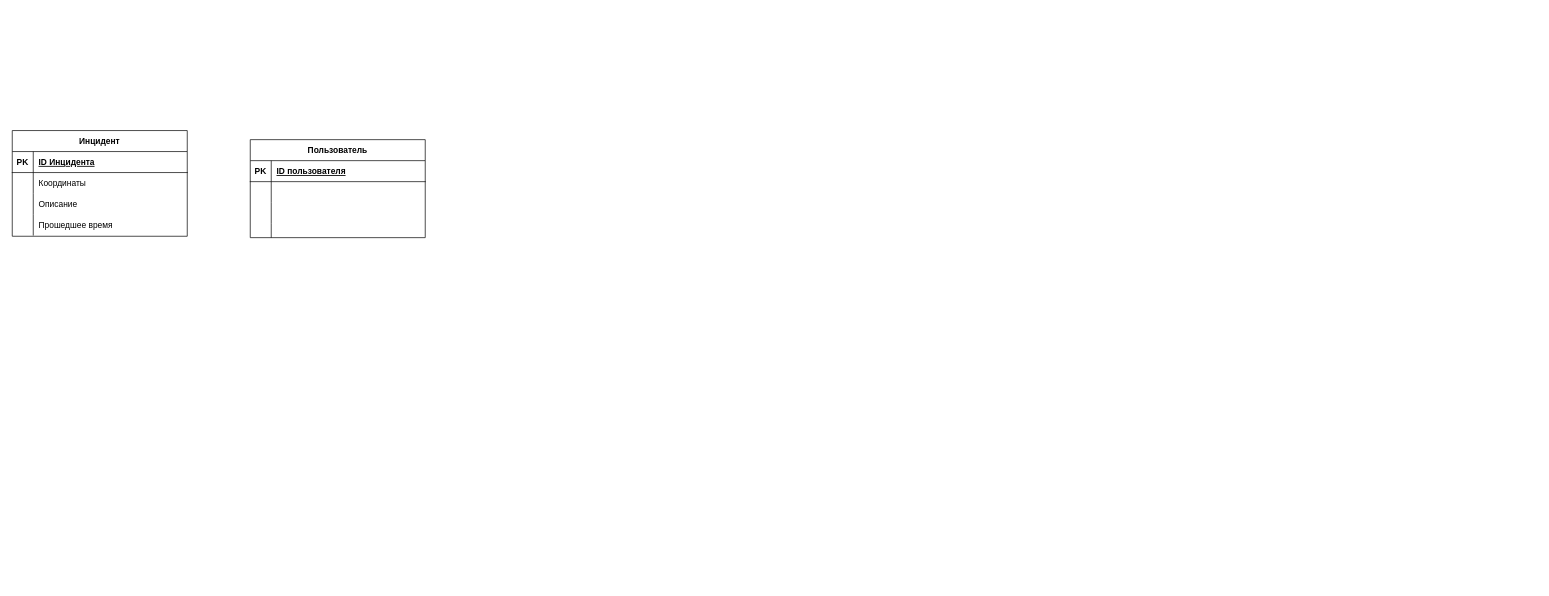
This is Информационная диаграмма Диплом.drawio from yastrov/exemplar1, a draw.io file, before an edit. Source tidied: cells renumbered, new cells numbered last; positions are measured from the earlier drawing's top-left corner, leaving out a move shared by most shapes. Both pictures are drawn from the tidied source at 70%, with x=0, y=0 at pixel (12, 130).
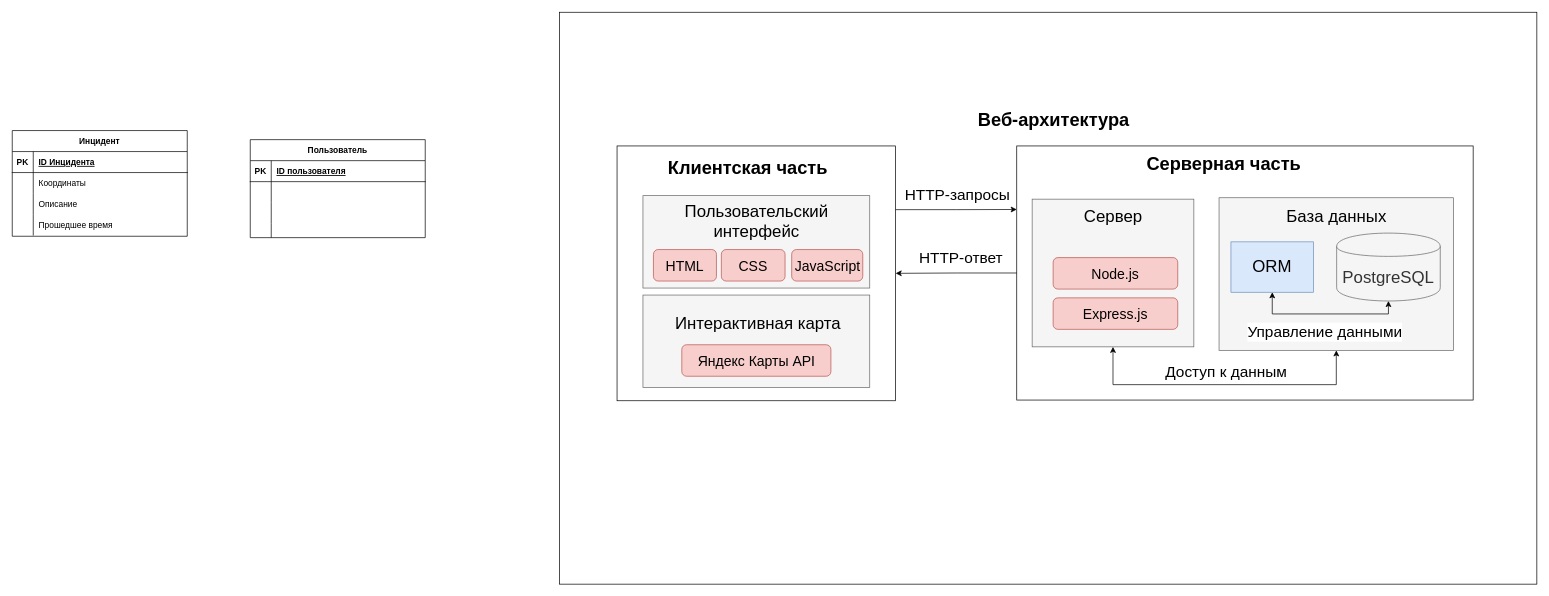
After the change.

Diff of the diagram source:
```diff
@@
+    <mxCell id="28" style="rounded=0;whiteSpace=wrap;html=1;" parent="1" vertex="1">
+      <mxGeometry x="782" y="-169" width="1396" height="817" as="geometry" />
+    </mxCell>
@@
+    <mxCell id="29" style="rounded=0;whiteSpace=wrap;html=1;" parent="1" vertex="1">
+      <mxGeometry x="864" y="22" width="398" height="364" as="geometry" />
+    </mxCell>
+    <mxCell id="30" value="&lt;font style=&quot;font-size: 26px;&quot;&gt;&lt;b&gt;Клиентская часть&lt;/b&gt;&lt;/font&gt;" style="text;strokeColor=none;align=center;fillColor=none;html=1;verticalAlign=middle;whiteSpace=wrap;rounded=0;" parent="1" vertex="1">
+      <mxGeometry x="867" y="33" width="368" height="39" as="geometry" />
+    </mxCell>
+    <mxCell id="31" style="rounded=0;whiteSpace=wrap;html=1;" parent="1" vertex="1">
+      <mxGeometry x="1435" y="22" width="652" height="363" as="geometry" />
+    </mxCell>
+    <mxCell id="32" value="&lt;font style=&quot;font-size: 26px;&quot;&gt;&lt;b&gt;Серверная часть&lt;/b&gt;&lt;/font&gt;" style="text;strokeColor=none;align=center;fillColor=none;html=1;verticalAlign=middle;whiteSpace=wrap;rounded=0;" parent="1" vertex="1">
+      <mxGeometry x="1596.5" y="30" width="268" height="36" as="geometry" />
+    </mxCell>
+    <mxCell id="33" style="edgeStyle=orthogonalEdgeStyle;rounded=0;orthogonalLoop=1;jettySize=auto;html=1;exitX=0.5;exitY=1;exitDx=0;exitDy=0;" parent="1" edge="1" source="32" target="32">
+      <mxGeometry relative="1" as="geometry" />
+    </mxCell>
+    <mxCell id="34" value="&lt;font style=&quot;font-size: 26px;&quot;&gt;&lt;b&gt;Веб-архитектура&lt;/b&gt;&lt;/font&gt;" style="text;strokeColor=none;align=center;fillColor=none;html=1;verticalAlign=middle;whiteSpace=wrap;rounded=0;" parent="1" vertex="1">
+      <mxGeometry x="1346" y="-30" width="284" height="30" as="geometry" />
+    </mxCell>
+    <mxCell id="35" style="rounded=0;whiteSpace=wrap;html=1;fillColor=#f5f5f5;fontColor=#333333;strokeColor=#666666;" parent="1" vertex="1">
+      <mxGeometry x="1457" y="98" width="231" height="211" as="geometry" />
+    </mxCell>
+    <mxCell id="36" style="rounded=0;whiteSpace=wrap;html=1;fillColor=#f5f5f5;fontColor=#333333;strokeColor=#666666;" parent="1" vertex="1">
+      <mxGeometry x="901" y="93" width="324" height="132" as="geometry" />
+    </mxCell>
+    <mxCell id="37" value="&lt;span style=&quot;font-size: 24px;&quot;&gt;Пользовательский интерфейс&lt;/span&gt;" style="text;strokeColor=none;align=center;fillColor=none;html=1;verticalAlign=middle;whiteSpace=wrap;rounded=0;" parent="1" vertex="1">
+      <mxGeometry x="921.5" y="100" width="283" height="59" as="geometry" />
+    </mxCell>
+    <mxCell id="38" style="rounded=0;whiteSpace=wrap;html=1;fillColor=#f5f5f5;fontColor=#333333;strokeColor=#666666;" parent="1" vertex="1">
+      <mxGeometry x="901" y="235" width="324" height="132" as="geometry" />
+    </mxCell>
+    <mxCell id="39" value="&lt;span style=&quot;font-size: 24px;&quot;&gt;Интерактивная карта&lt;/span&gt;" style="text;strokeColor=none;align=center;fillColor=none;html=1;verticalAlign=middle;whiteSpace=wrap;rounded=0;" parent="1" vertex="1">
+      <mxGeometry x="924" y="239" width="283" height="74" as="geometry" />
+    </mxCell>
+    <mxCell id="40" value="&lt;font style=&quot;font-size: 20px;&quot;&gt;HTML&lt;/font&gt;" style="rounded=1;whiteSpace=wrap;html=1;fillColor=#f8cecc;strokeColor=#b85450;" parent="1" vertex="1">
+      <mxGeometry x="916" y="170" width="90" height="45" as="geometry" />
+    </mxCell>
+    <mxCell id="41" value="&lt;font style=&quot;font-size: 20px;&quot;&gt;CSS&lt;/font&gt;" style="rounded=1;whiteSpace=wrap;html=1;fillColor=#f8cecc;strokeColor=#b85450;" parent="1" vertex="1">
+      <mxGeometry x="1013" y="170" width="91" height="45" as="geometry" />
+    </mxCell>
+    <mxCell id="42" value="&lt;font style=&quot;font-size: 20px;&quot;&gt;JavaScript&lt;/font&gt;" style="rounded=1;whiteSpace=wrap;html=1;fillColor=#f8cecc;strokeColor=#b85450;" parent="1" vertex="1">
+      <mxGeometry x="1113.5" y="170" width="101.5" height="45" as="geometry" />
+    </mxCell>
+    <mxCell id="43" value="&lt;span style=&quot;font-size: 20px;&quot;&gt;Яндекс Карты API&lt;/span&gt;" style="rounded=1;whiteSpace=wrap;html=1;fillColor=#f8cecc;strokeColor=#b85450;" parent="1" vertex="1">
+      <mxGeometry x="956.5" y="306" width="213" height="45" as="geometry" />
+    </mxCell>
+    <mxCell id="44" value="&lt;span style=&quot;font-size: 24px;&quot;&gt;Сервер&lt;/span&gt;" style="text;strokeColor=none;align=center;fillColor=none;html=1;verticalAlign=middle;whiteSpace=wrap;rounded=0;" parent="1" vertex="1">
+      <mxGeometry x="1470.5" y="98" width="204" height="49" as="geometry" />
+    </mxCell>
+    <mxCell id="45" value="&lt;font style=&quot;font-size: 20px;&quot;&gt;Express.js&lt;/font&gt;" style="rounded=1;whiteSpace=wrap;html=1;fillColor=#f8cecc;strokeColor=#b85450;" parent="1" vertex="1">
+      <mxGeometry x="1487" y="239" width="178" height="45" as="geometry" />
+    </mxCell>
+    <mxCell id="46" style="rounded=0;whiteSpace=wrap;html=1;fillColor=#f5f5f5;fontColor=#333333;strokeColor=#666666;" parent="1" vertex="1">
+      <mxGeometry x="1724" y="96" width="335" height="218" as="geometry" />
+    </mxCell>
+    <mxCell id="47" value="&lt;font style=&quot;font-size: 24px;&quot;&gt;PostgreSQL&lt;/font&gt;" style="shape=cylinder;whiteSpace=wrap;html=1;boundedLbl=1;backgroundOutline=1;fillColor=#f5f5f5;fontColor=#333333;strokeColor=#666666;" parent="1" vertex="1">
+      <mxGeometry x="1892" y="146.5" width="148" height="97" as="geometry" />
+    </mxCell>
+    <mxCell id="48" value="&lt;font style=&quot;font-size: 24px;&quot;&gt;ORM&lt;/font&gt;" style="rounded=0;whiteSpace=wrap;html=1;fillColor=#dae8fc;strokeColor=#6c8ebf;" parent="1" vertex="1">
+      <mxGeometry x="1741" y="159" width="118" height="72" as="geometry" />
+    </mxCell>
+    <mxCell id="49" value="&lt;span style=&quot;font-size: 24px;&quot;&gt;База данных&lt;/span&gt;" style="text;strokeColor=none;align=center;fillColor=none;html=1;verticalAlign=middle;whiteSpace=wrap;rounded=0;" parent="1" vertex="1">
+      <mxGeometry x="1789.5" y="93" width="204" height="59" as="geometry" />
+    </mxCell>
+    <mxCell id="50" value="&lt;span style=&quot;font-size: 20px;&quot;&gt;Node.js&lt;/span&gt;" style="rounded=1;whiteSpace=wrap;html=1;fillColor=#f8cecc;strokeColor=#b85450;" parent="1" vertex="1">
+      <mxGeometry x="1487" y="181.5" width="178" height="45" as="geometry" />
+    </mxCell>
+    <mxCell id="51" style="endArrow=classic;startArrow=none;html=1;rounded=0;exitX=1;exitY=0.25;exitDx=0;exitDy=0;entryX=0;entryY=0.25;entryDx=0;entryDy=0;edgeStyle=orthogonalEdgeStyle;startFill=0;" parent="1" edge="1" source="29" target="31">
+      <mxGeometry relative="1" as="geometry" />
+    </mxCell>
+    <mxCell id="52" value="&lt;font style=&quot;font-size: 22px;&quot;&gt;HTTP-запросы&lt;/font&gt;" style="edgeLabel;html=1;align=center;verticalAlign=middle;" parent="51" vertex="1">
+      <mxGeometry x="0.1" y="-2" relative="1" as="geometry">
+        <mxPoint x="-7" y="-22" as="offset" />
+      </mxGeometry>
+    </mxCell>
+    <mxCell id="53" style="endArrow=classic;startArrow=classic;html=1;rounded=0;exitX=0.5;exitY=1;exitDx=0;exitDy=0;entryX=0.5;entryY=1;entryDx=0;entryDy=0;edgeStyle=orthogonalEdgeStyle;" parent="1" edge="1" source="35" target="46">
+      <mxGeometry relative="1" as="geometry">
+        <Array as="points">
+          <mxPoint x="1572" y="363" />
+          <mxPoint x="1892" y="363" />
+        </Array>
+      </mxGeometry>
+    </mxCell>
+    <mxCell id="54" value="&lt;span style=&quot;font-size: 22px;&quot;&gt;Доступ к данным&lt;/span&gt;" style="edgeLabel;html=1;align=center;verticalAlign=middle;" parent="53" vertex="1">
+      <mxGeometry x="0.1" y="-2" relative="1" as="geometry">
+        <mxPoint x="-17" y="-21" as="offset" />
+      </mxGeometry>
+    </mxCell>
+    <mxCell id="55" style="endArrow=classic;startArrow=classic;html=1;rounded=0;exitX=0.5;exitY=1;exitDx=0;exitDy=0;entryX=0.5;entryY=1;entryDx=0;entryDy=0;edgeStyle=orthogonalEdgeStyle;" parent="1" edge="1" source="48" target="47">
+      <mxGeometry relative="1" as="geometry">
+        <Array as="points">
+          <mxPoint x="1800" y="262" />
+          <mxPoint x="1966" y="262" />
+        </Array>
+      </mxGeometry>
+    </mxCell>
+    <mxCell id="56" value="&lt;span style=&quot;font-size: 22px;&quot;&gt;Управление данными&lt;/span&gt;" style="edgeLabel;html=1;align=center;verticalAlign=middle;" parent="55" vertex="1">
+      <mxGeometry x="0.1" y="-2" relative="1" as="geometry">
+        <mxPoint x="-14" y="23" as="offset" />
+      </mxGeometry>
+    </mxCell>
+    <mxCell id="57" style="endArrow=classic;startArrow=none;html=1;rounded=0;exitX=0;exitY=0.5;exitDx=0;exitDy=0;entryX=1;entryY=0.5;entryDx=0;entryDy=0;edgeStyle=orthogonalEdgeStyle;startFill=0;" parent="1" edge="1" source="31" target="29">
+      <mxGeometry relative="1" as="geometry" />
+    </mxCell>
+    <mxCell id="58" value="&lt;font style=&quot;font-size: 22px;&quot;&gt;HTTP-ответ&lt;/font&gt;" style="edgeLabel;html=1;align=center;verticalAlign=middle;" parent="57" vertex="1">
+      <mxGeometry x="0.1" y="-2" relative="1" as="geometry">
+        <mxPoint x="14" y="-20" as="offset" />
+      </mxGeometry>
+    </mxCell>
```
